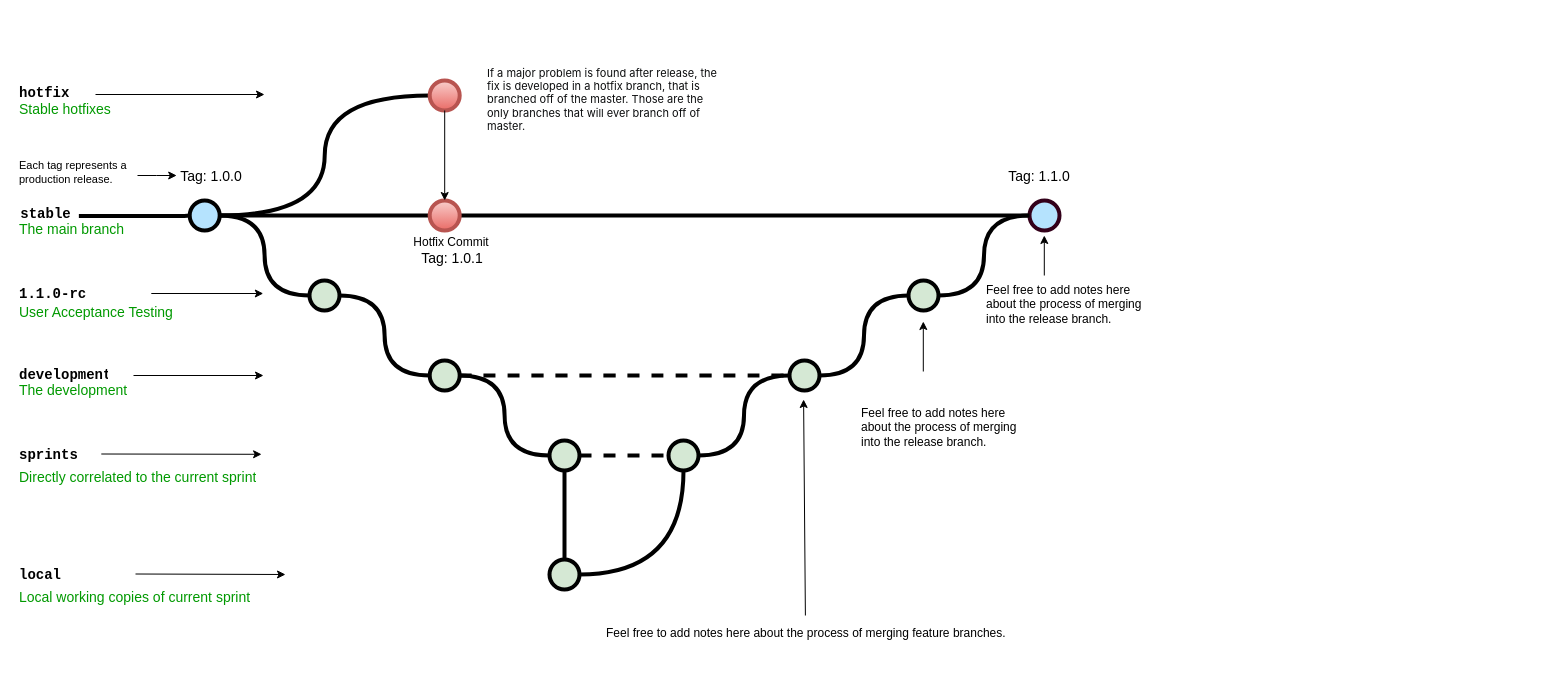
Above: Untitled Diagram.drawio in Flat-Tree/HW.Diagrams (draw.io), before the change. Source tidied: cells renumbered, new cells numbered last; positions are measured from the earlier drawing's top-left corner, leaving out a move shared by most shapes. Both pictures are drawn from the tidied source at 100%, with x=0, y=0 at pixel (17, 60).
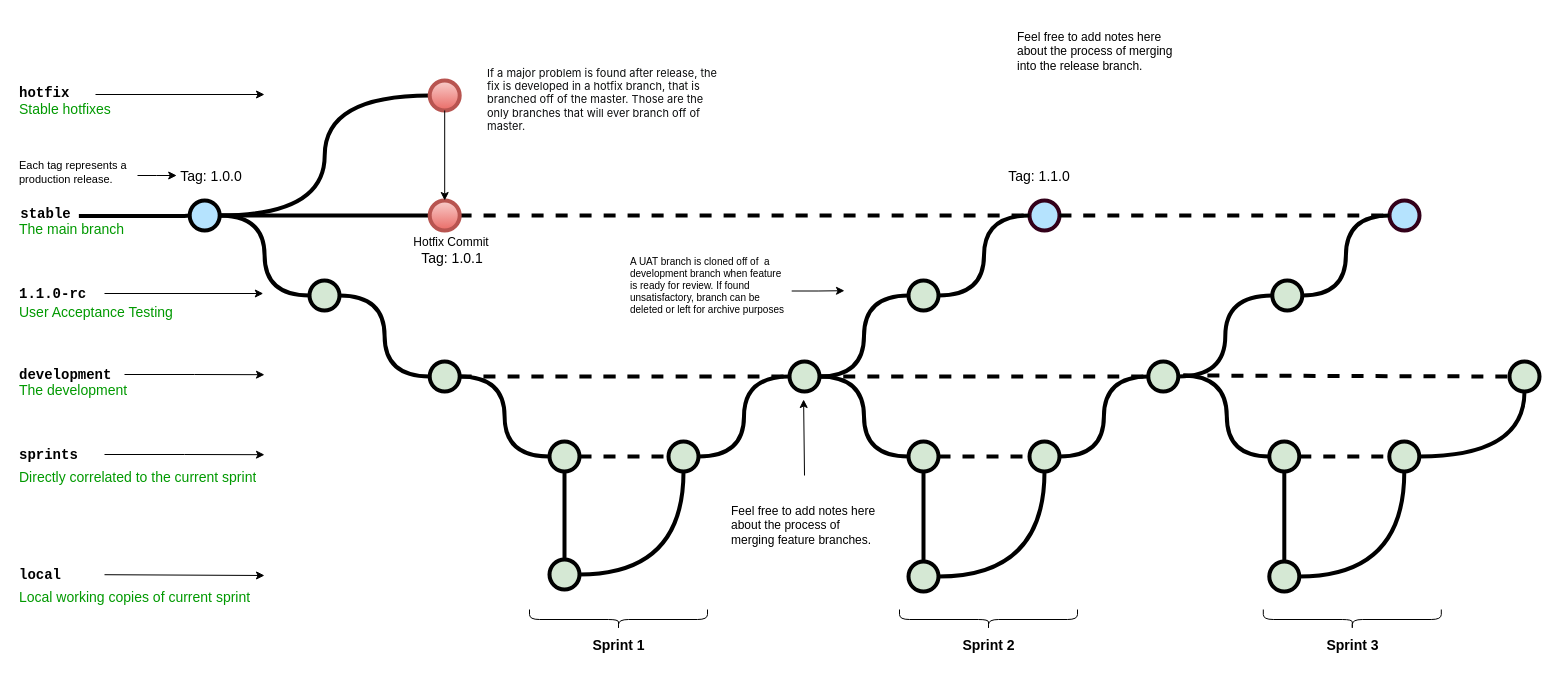
Above is the later version.

Unchanged cells that the change refers to:
```xml
<mxCell id="7" style="verticalLabelPosition=bottom;verticalAlign=top;html=1;strokeWidth=4;shape=mxgraph.flowchart.on-page_reference;plain-blue;gradientColor=none;strokeColor=#33001A;fillColor=#B5E3FE;" parent="1" vertex="1">
  <mxGeometry x="1012" y="140" width="30" height="30" as="geometry" />
</mxCell>
<mxCell id="43" style="verticalLabelPosition=bottom;verticalAlign=top;html=1;strokeWidth=4;shape=mxgraph.flowchart.on-page_reference;plain-blue;gradientColor=#EA6B66;strokeColor=#B85450;fillColor=#F8CECC;" parent="1" vertex="1">
  <mxGeometry x="412.2" y="140" width="30" height="30" as="geometry" />
</mxCell>
```

What changed in the source:
```diff
@@
-    <mxCell id="6" style="edgeStyle=orthogonalEdgeStyle;curved=1;rounded=0;jettySize=auto;html=1;endArrow=none;endFill=0;strokeWidth=4;entryX=0;entryY=0.5;entryDx=0;entryDy=0;entryPerimeter=0;exitX=1;exitY=0.5;exitDx=0;exitDy=0;exitPerimeter=0;" parent="1" edge="1" source="43" target="7">
+    <mxCell id="6" style="edgeStyle=orthogonalEdgeStyle;curved=1;rounded=0;jettySize=auto;html=1;endArrow=none;endFill=0;strokeWidth=4;entryX=0;entryY=0.5;entryDx=0;entryDy=0;entryPerimeter=0;exitX=1;exitY=0.5;exitDx=0;exitDy=0;exitPerimeter=0;dashed=1;" parent="1" edge="1" source="43" target="7">
       <mxGeometry relative="1" as="geometry" />
     </mxCell>
@@
     <mxCell id="11" value="1.1.0-rc" style="text;html=1;strokeColor=none;fillColor=none;align=left;verticalAlign=middle;whiteSpace=wrap;overflow=hidden;fontSize=14;fontStyle=1;fontFamily=Courier New;" parent="1" vertex="1">
-      <mxGeometry y="223" width="121.2" height="20" as="geometry" />
+      <mxGeometry y="223" width="87" height="20" as="geometry" />
     </mxCell>
@@
     <mxCell id="14" style="verticalLabelPosition=bottom;verticalAlign=top;html=1;strokeWidth=4;shape=mxgraph.flowchart.on-page_reference;plain-purple;gradientColor=none;strokeColor=#000000;fillColor=#D5E8D4;" parent="1" vertex="1">
-      <mxGeometry x="412.2" y="300" width="30" height="30" as="geometry" />
+      <mxGeometry x="412.2" y="301" width="30" height="30" as="geometry" />
     </mxCell>
@@
     <mxCell id="17" style="verticalLabelPosition=bottom;verticalAlign=top;html=1;strokeWidth=4;shape=mxgraph.flowchart.on-page_reference;plain-purple;gradientColor=none;strokeColor=#000000;fillColor=#D5E8D4;" parent="1" vertex="1">
-      <mxGeometry x="772" y="300" width="30" height="30" as="geometry" />
+      <mxGeometry x="772" y="301" width="30" height="30" as="geometry" />
     </mxCell>
+    <mxCell id="58" style="edgeStyle=orthogonalEdgeStyle;rounded=0;jettySize=auto;html=1;exitX=1;exitY=0.5;exitDx=0;exitDy=0;" parent="1" edge="1" source="18">
+      <mxGeometry relative="1" as="geometry">
+        <mxPoint x="247" y="314.2" as="targetPoint" />
+      </mxGeometry>
+    </mxCell>
     <mxCell id="18" value="development" style="text;html=1;strokeColor=none;fillColor=none;align=left;verticalAlign=middle;whiteSpace=wrap;overflow=hidden;fontSize=14;fontStyle=1;fontFamily=Courier New;" parent="1" vertex="1">
-      <mxGeometry y="304" width="91" height="20" as="geometry" />
+      <mxGeometry y="304" width="107" height="20" as="geometry" />
     </mxCell>
@@
     <mxCell id="20" style="verticalLabelPosition=bottom;verticalAlign=top;html=1;strokeWidth=4;shape=mxgraph.flowchart.on-page_reference;plain-purple;gradientColor=none;strokeColor=#000000;fillColor=#D5E8D4;" parent="1" vertex="1">
-      <mxGeometry x="532" y="380" width="30" height="30" as="geometry" />
+      <mxGeometry x="532" y="381" width="30" height="30" as="geometry" />
     </mxCell>
@@
     <mxCell id="22" style="verticalLabelPosition=bottom;verticalAlign=top;html=1;strokeWidth=4;shape=mxgraph.flowchart.on-page_reference;plain-purple;gradientColor=none;strokeColor=#000000;fillColor=#D5E8D4;" parent="1" vertex="1">
-      <mxGeometry x="651" y="380" width="30" height="30" as="geometry" />
+      <mxGeometry x="651" y="381" width="30" height="30" as="geometry" />
     </mxCell>
+    <mxCell id="59" style="edgeStyle=orthogonalEdgeStyle;rounded=0;jettySize=auto;html=1;exitX=1;exitY=0.5;exitDx=0;exitDy=0;" parent="1" edge="1" source="23">
+      <mxGeometry relative="1" as="geometry">
+        <mxPoint x="247" y="394.2" as="targetPoint" />
+      </mxGeometry>
+    </mxCell>
     <mxCell id="23" value="sprints" style="text;html=1;strokeColor=none;fillColor=none;align=left;verticalAlign=middle;whiteSpace=wrap;overflow=hidden;fontSize=14;fontStyle=1;fontFamily=Courier New;" parent="1" vertex="1">
-      <mxGeometry y="384" width="240" height="20" as="geometry" />
+      <mxGeometry y="384" width="87" height="20" as="geometry" />
     </mxCell>
@@
-    <mxCell id="28" style="endArrow=classic;html=1;strokeWidth=1;fontFamily=Courier New;fontColor=#009900;entryX=1.017;entryY=0.49;entryDx=0;entryDy=0;entryPerimeter=0;" parent="1" edge="1" target="23">
-      <mxGeometry relative="1" as="geometry">
-        <mxPoint x="83.8" y="393.5" as="sourcePoint" />
-      </mxGeometry>
-    </mxCell>
-    <mxCell id="29" style="endArrow=classic;html=1;strokeWidth=1;fontFamily=Courier New;fontColor=#009900;" parent="1" edge="1">
-      <mxGeometry relative="1" as="geometry">
-        <mxPoint x="116" y="315" as="sourcePoint" />
-        <mxPoint x="246" y="315" as="targetPoint" />
-      </mxGeometry>
-    </mxCell>
-    <mxCell id="30" style="endArrow=classic;html=1;strokeWidth=1;fontFamily=Courier New;fontColor=#009900;entryX=1;entryY=0.5;entryDx=0;entryDy=0;" parent="1" edge="1">
+    <mxCell id="30" style="endArrow=classic;html=1;strokeWidth=1;fontFamily=Courier New;fontColor=#009900;entryX=1;entryY=0.5;entryDx=0;entryDy=0;exitX=1;exitY=0.5;exitDx=0;exitDy=0;" parent="1" edge="1" source="11">
       <mxGeometry relative="1" as="geometry">
-        <mxPoint x="133.8" y="233" as="sourcePoint" />
         <mxPoint x="245.8" y="233" as="targetPoint" />
       </mxGeometry>
     </mxCell>
@@
-    <mxCell id="35" style="endArrow=classic;html=1;strokeWidth=1;fontFamily=Courier New;fontColor=#009900;exitX=0.5;exitY=0;exitDx=0;exitDy=0;" parent="1" edge="1">
+    <mxCell id="35" style="endArrow=classic;html=1;strokeWidth=1;fontFamily=Courier New;fontColor=#009900;exitX=0.5;exitY=0;exitDx=0;exitDy=0;" parent="1" edge="1" source="38">
       <mxGeometry relative="1" as="geometry">
-        <mxPoint x="787.9" y="555" as="sourcePoint" />
         <mxPoint x="786.1" y="339" as="targetPoint" />
       </mxGeometry>
     </mxCell>
-    <mxCell id="36" style="endArrow=classic;html=1;strokeWidth=1;fontFamily=Courier New;fontColor=#009900;" parent="1" edge="1">
-      <mxGeometry relative="1" as="geometry">
-        <mxPoint x="905.8" y="311" as="sourcePoint" />
-        <mxPoint x="905.8" y="261" as="targetPoint" />
-      </mxGeometry>
-    </mxCell>
+    <mxCell id="60" style="edgeStyle=orthogonalEdgeStyle;rounded=0;jettySize=auto;html=1;exitX=1;exitY=0.5;exitDx=0;exitDy=0;" parent="1" edge="1" source="37">
+      <mxGeometry relative="1" as="geometry">
+        <mxPoint x="827" y="230.2" as="targetPoint" />
+      </mxGeometry>
+    </mxCell>
-    <mxCell id="37" value="&lt;span style=&quot;text-align: center&quot;&gt;Feel free to add notes here about the process of merging into the release branch.&lt;br&gt;&lt;/span&gt;" style="text;html=1;strokeColor=none;fillColor=none;align=left;verticalAlign=middle;whiteSpace=wrap;overflow=hidden;fontSize=12;fontStyle=0;fontColor=#000000;" parent="1" vertex="1">
-      <mxGeometry x="842" y="334" width="163.2" height="66" as="geometry" />
+    <mxCell id="37" value="&lt;span style=&quot;font-size: 10px;&quot;&gt;A UAT branch is cloned off of&amp;nbsp; a development&amp;nbsp;branch when feature is ready for review. If found unsatisfactory, branch can be deleted or left for archive purposes&lt;br style=&quot;font-size: 10px;&quot;&gt;&lt;/span&gt;" style="text;html=1;strokeColor=none;fillColor=none;align=left;verticalAlign=top;whiteSpace=wrap;overflow=hidden;fontSize=10;fontStyle=0;fontColor=#000000;" parent="1" vertex="1">
+      <mxGeometry x="611" y="189" width="163.2" height="83" as="geometry" />
     </mxCell>
-    <mxCell id="38" value="&lt;div style=&quot;&quot;&gt;&lt;span&gt;Feel free to add notes here about the process of merging feature branches.&lt;/span&gt;&lt;/div&gt;" style="text;html=1;strokeColor=none;fillColor=none;align=left;verticalAlign=middle;whiteSpace=wrap;overflow=hidden;fontSize=12;fontStyle=0;fontColor=#000000;" parent="1" vertex="1">
-      <mxGeometry x="587" y="555" width="418.2" height="36" as="geometry" />
-    </mxCell>
@@
-    <mxCell id="41" style="endArrow=classic;html=1;strokeWidth=1;fontFamily=Courier New;fontColor=#009900;" parent="1" edge="1">
-      <mxGeometry relative="1" as="geometry">
-        <mxPoint x="1026.8" y="215" as="sourcePoint" />
-        <mxPoint x="1026.8" y="175" as="targetPoint" />
-      </mxGeometry>
-    </mxCell>
     <mxCell id="42" value="&lt;span style=&quot;text-align: center&quot;&gt;Feel free to add notes here about the process of merging into the release branch.&lt;br&gt;&lt;br&gt;&lt;/span&gt;" style="text;html=1;strokeColor=none;fillColor=none;align=left;verticalAlign=middle;whiteSpace=wrap;overflow=hidden;fontSize=12;fontStyle=0;fontColor=#000000;" parent="1" vertex="1">
-      <mxGeometry x="967" y="210.5" width="167.8" height="81" as="geometry" />
+      <mxGeometry x="998" y="-43" width="167.8" height="81" as="geometry" />
     </mxCell>
@@
     <mxCell id="54" value="local" style="text;html=1;strokeColor=none;fillColor=none;align=left;verticalAlign=middle;whiteSpace=wrap;overflow=hidden;fontSize=14;fontStyle=1;fontFamily=Courier New;" parent="1" vertex="1">
-      <mxGeometry y="504" width="240" height="20" as="geometry" />
+      <mxGeometry y="504" width="87" height="20" as="geometry" />
     </mxCell>
@@
-    <mxCell id="56" style="endArrow=classic;html=1;strokeWidth=1;fontFamily=Courier New;fontColor=#009900;" parent="1" edge="1">
+    <mxCell id="56" style="endArrow=classic;html=1;strokeWidth=1;fontFamily=Courier New;fontColor=#009900;" parent="1" edge="1" source="54">
       <mxGeometry relative="1" as="geometry">
-        <mxPoint x="118" y="513.5" as="sourcePoint" />
-        <mxPoint x="268" y="514" as="targetPoint" />
+        <mxPoint x="247" y="515" as="targetPoint" />
       </mxGeometry>
     </mxCell>
@@
+    <mxCell id="61" style="verticalLabelPosition=bottom;verticalAlign=top;html=1;strokeWidth=4;shape=mxgraph.flowchart.on-page_reference;plain-purple;gradientColor=none;strokeColor=#000000;fillColor=#D5E8D4;direction=south;" parent="1" vertex="1">
+      <mxGeometry x="891" y="381" width="30" height="30" as="geometry" />
+    </mxCell>
+    <mxCell id="62" style="edgeStyle=orthogonalEdgeStyle;curved=1;rounded=0;jettySize=auto;html=1;endArrow=none;endFill=0;strokeWidth=4;fontFamily=Courier New;fontColor=#009900;entryX=0.5;entryY=1;entryDx=0;entryDy=0;entryPerimeter=0;exitX=1;exitY=0.5;exitDx=0;exitDy=0;exitPerimeter=0;" parent="1" edge="1" source="17" target="61">
+      <mxGeometry relative="1" as="geometry" />
+    </mxCell>
+    <mxCell id="63" style="edgeStyle=orthogonalEdgeStyle;rounded=0;jettySize=auto;html=1;endArrow=none;endFill=0;strokeWidth=4;entryX=0.5;entryY=0;entryDx=0;entryDy=0;entryPerimeter=0;exitX=1;exitY=0.5;exitDx=0;exitDy=0;exitPerimeter=0;" parent="1" edge="1" source="61" target="64">
+      <mxGeometry relative="1" as="geometry" />
+    </mxCell>
+    <mxCell id="64" style="verticalLabelPosition=bottom;verticalAlign=top;html=1;strokeWidth=4;shape=mxgraph.flowchart.on-page_reference;plain-purple;gradientColor=none;strokeColor=#000000;fillColor=#D5E8D4;" parent="1" vertex="1">
+      <mxGeometry x="891" y="501" width="30" height="30" as="geometry" />
+    </mxCell>
+    <mxCell id="65" style="verticalLabelPosition=bottom;verticalAlign=top;html=1;strokeWidth=4;shape=mxgraph.flowchart.on-page_reference;plain-purple;gradientColor=none;strokeColor=#000000;fillColor=#D5E8D4;direction=south;" parent="1" vertex="1">
+      <mxGeometry x="1012" y="381" width="30" height="30" as="geometry" />
+    </mxCell>
+    <mxCell id="66" style="edgeStyle=orthogonalEdgeStyle;curved=1;rounded=0;jettySize=auto;html=1;exitX=1;exitY=0.5;exitDx=0;exitDy=0;exitPerimeter=0;entryX=1;entryY=0.5;entryDx=0;entryDy=0;entryPerimeter=0;endArrow=none;endFill=0;strokeWidth=4;fontFamily=Courier New;fontColor=#009900;" parent="1" edge="1" source="64" target="65">
+      <mxGeometry relative="1" as="geometry" />
+    </mxCell>
+    <mxCell id="67" style="edgeStyle=orthogonalEdgeStyle;rounded=0;jettySize=auto;html=1;endArrow=none;endFill=0;strokeWidth=4;dashed=1;exitX=0.5;exitY=0;exitDx=0;exitDy=0;exitPerimeter=0;entryX=0.5;entryY=1;entryDx=0;entryDy=0;entryPerimeter=0;" parent="1" edge="1" source="61" target="65">
+      <mxGeometry relative="1" as="geometry" />
+    </mxCell>
+    <mxCell id="68" style="shape=curlyBracket;whiteSpace=wrap;html=1;rounded=1;flipH=1;labelPosition=center;verticalLabelPosition=middle;align=center;verticalAlign=middle;rotation=90;textDirection=ltr;horizontal=0;size=0.5;" parent="1" vertex="1">
+      <mxGeometry x="591" y="470" width="20" height="178" as="geometry" />
+    </mxCell>
+    <mxCell id="38" value="&lt;div style=&quot;&quot;&gt;&lt;span&gt;Feel free to add notes here about the&amp;nbsp;&lt;/span&gt;&lt;span style=&quot;background-color: initial;&quot;&gt;process of merging feature branches.&lt;/span&gt;&lt;/div&gt;" style="text;html=1;strokeColor=none;fillColor=none;align=left;verticalAlign=middle;whiteSpace=wrap;overflow=hidden;fontSize=12;fontStyle=0;fontColor=#000000;" parent="1" vertex="1">
+      <mxGeometry x="712" y="415" width="150" height="100" as="geometry" />
+    </mxCell>
+    <mxCell id="69" value="Sprint 1" style="text;strokeColor=none;fillColor=none;html=1;fontSize=14;fontStyle=1;verticalAlign=middle;align=center;" parent="1" vertex="1">
+      <mxGeometry x="551" y="565" width="100" height="40" as="geometry" />
+    </mxCell>
+    <mxCell id="70" style="shape=curlyBracket;whiteSpace=wrap;html=1;rounded=1;flipH=1;labelPosition=center;verticalLabelPosition=middle;align=center;verticalAlign=middle;rotation=90;textDirection=ltr;horizontal=0;size=0.5;" parent="1" vertex="1">
+      <mxGeometry x="961" y="470" width="20" height="178" as="geometry" />
+    </mxCell>
+    <mxCell id="71" value="Sprint 2" style="text;strokeColor=none;fillColor=none;html=1;fontSize=14;fontStyle=1;verticalAlign=middle;align=center;" parent="1" vertex="1">
+      <mxGeometry x="921" y="565" width="100" height="40" as="geometry" />
+    </mxCell>
+    <mxCell id="72" style="verticalLabelPosition=bottom;verticalAlign=top;html=1;strokeWidth=4;shape=mxgraph.flowchart.on-page_reference;plain-purple;gradientColor=none;strokeColor=#000000;fillColor=#D5E8D4;" parent="1" vertex="1">
+      <mxGeometry x="1130.8" y="301" width="30" height="30" as="geometry" />
+    </mxCell>
+    <mxCell id="73" style="edgeStyle=orthogonalEdgeStyle;curved=1;rounded=0;jettySize=auto;html=1;exitX=0.5;exitY=0;exitDx=0;exitDy=0;exitPerimeter=0;entryX=0;entryY=0.5;entryDx=0;entryDy=0;entryPerimeter=0;endArrow=none;endFill=0;strokeWidth=4;fontFamily=Courier New;fontColor=#009900;" parent="1" edge="1" source="65" target="72">
+      <mxGeometry relative="1" as="geometry" />
+    </mxCell>
+    <mxCell id="74" style="edgeStyle=orthogonalEdgeStyle;curved=1;rounded=0;jettySize=auto;html=1;endArrow=none;endFill=0;strokeWidth=4;fontFamily=Courier New;fontColor=#009900;exitX=1;exitY=0.5;exitDx=0;exitDy=0;exitPerimeter=0;dashed=1;entryX=0;entryY=0.5;entryDx=0;entryDy=0;entryPerimeter=0;" parent="1" edge="1" source="17" target="72">
+      <mxGeometry relative="1" as="geometry" />
+    </mxCell>
+    <mxCell id="75" style="verticalLabelPosition=bottom;verticalAlign=top;html=1;strokeWidth=4;shape=mxgraph.flowchart.on-page_reference;plain-purple;gradientColor=none;strokeColor=#000000;fillColor=#D5E8D4;direction=south;" parent="1" vertex="1">
+      <mxGeometry x="1251.8" y="381" width="30" height="30" as="geometry" />
+    </mxCell>
+    <mxCell id="76" style="edgeStyle=orthogonalEdgeStyle;rounded=0;jettySize=auto;html=1;endArrow=none;endFill=0;strokeWidth=4;entryX=0.5;entryY=0;entryDx=0;entryDy=0;entryPerimeter=0;exitX=1;exitY=0.5;exitDx=0;exitDy=0;exitPerimeter=0;" parent="1" edge="1" source="75" target="77">
+      <mxGeometry relative="1" as="geometry" />
+    </mxCell>
+    <mxCell id="77" style="verticalLabelPosition=bottom;verticalAlign=top;html=1;strokeWidth=4;shape=mxgraph.flowchart.on-page_reference;plain-purple;gradientColor=none;strokeColor=#000000;fillColor=#D5E8D4;" parent="1" vertex="1">
+      <mxGeometry x="1251.8" y="501" width="30" height="30" as="geometry" />
+    </mxCell>
+    <mxCell id="78" style="verticalLabelPosition=bottom;verticalAlign=top;html=1;strokeWidth=4;shape=mxgraph.flowchart.on-page_reference;plain-purple;gradientColor=none;strokeColor=#000000;fillColor=#D5E8D4;direction=south;" parent="1" vertex="1">
+      <mxGeometry x="1371.8" y="381" width="30" height="30" as="geometry" />
+    </mxCell>
+    <mxCell id="79" style="edgeStyle=orthogonalEdgeStyle;curved=1;rounded=0;jettySize=auto;html=1;exitX=1;exitY=0.5;exitDx=0;exitDy=0;exitPerimeter=0;entryX=1;entryY=0.5;entryDx=0;entryDy=0;entryPerimeter=0;endArrow=none;endFill=0;strokeWidth=4;fontFamily=Courier New;fontColor=#009900;" parent="1" edge="1" source="77" target="78">
+      <mxGeometry relative="1" as="geometry" />
+    </mxCell>
+    <mxCell id="80" style="edgeStyle=orthogonalEdgeStyle;rounded=0;jettySize=auto;html=1;endArrow=none;endFill=0;strokeWidth=4;dashed=1;exitX=0.5;exitY=0;exitDx=0;exitDy=0;exitPerimeter=0;entryX=0.5;entryY=1;entryDx=0;entryDy=0;entryPerimeter=0;" parent="1" edge="1" source="75" target="78">
+      <mxGeometry relative="1" as="geometry" />
+    </mxCell>
+    <mxCell id="81" style="shape=curlyBracket;whiteSpace=wrap;html=1;rounded=1;flipH=1;labelPosition=center;verticalLabelPosition=middle;align=center;verticalAlign=middle;rotation=90;textDirection=ltr;horizontal=0;size=0.5;" parent="1" vertex="1">
+      <mxGeometry x="1324.8" y="470" width="20" height="178" as="geometry" />
+    </mxCell>
+    <mxCell id="82" value="Sprint 3" style="text;strokeColor=none;fillColor=none;html=1;fontSize=14;fontStyle=1;verticalAlign=middle;align=center;" parent="1" vertex="1">
+      <mxGeometry x="1284.8" y="565" width="100" height="40" as="geometry" />
+    </mxCell>
+    <mxCell id="83" style="edgeStyle=orthogonalEdgeStyle;curved=1;rounded=0;jettySize=auto;html=1;exitX=0.5;exitY=0;exitDx=0;exitDy=0;exitPerimeter=0;entryX=0.5;entryY=1;entryDx=0;entryDy=0;entryPerimeter=0;endArrow=none;endFill=0;strokeWidth=4;fontFamily=Courier New;fontColor=#009900;" parent="1" edge="1" source="78" target="91">
+      <mxGeometry relative="1" as="geometry" />
+    </mxCell>
+    <mxCell id="84" style="edgeStyle=orthogonalEdgeStyle;curved=1;rounded=0;jettySize=auto;html=1;endArrow=none;endFill=0;strokeWidth=4;fontFamily=Courier New;fontColor=#009900;entryX=0.5;entryY=1;entryDx=0;entryDy=0;entryPerimeter=0;exitX=1;exitY=0.5;exitDx=0;exitDy=0;exitPerimeter=0;" parent="1" edge="1" target="75">
+      <mxGeometry relative="1" as="geometry">
+        <mxPoint x="1165.8" y="315" as="sourcePoint" />
+      </mxGeometry>
+    </mxCell>
+    <mxCell id="85" style="edgeStyle=orthogonalEdgeStyle;curved=1;rounded=0;jettySize=auto;html=1;endArrow=none;endFill=0;strokeWidth=4;fontFamily=Courier New;fontColor=#009900;exitX=1;exitY=0.5;exitDx=0;exitDy=0;exitPerimeter=0;dashed=1;entryX=0;entryY=0.5;entryDx=0;entryDy=0;entryPerimeter=0;" parent="1" edge="1" target="91">
+      <mxGeometry relative="1" as="geometry">
+        <mxPoint x="1165.8" y="315" as="sourcePoint" />
+      </mxGeometry>
+    </mxCell>
+    <mxCell id="86" style="verticalLabelPosition=bottom;verticalAlign=top;html=1;strokeWidth=4;shape=mxgraph.flowchart.on-page_reference;plain-purple;gradientColor=none;strokeColor=#000000;fillColor=#D5E8D4;" parent="1" vertex="1">
+      <mxGeometry x="1254.8" y="220" width="30" height="30" as="geometry" />
+    </mxCell>
+    <mxCell id="87" style="edgeStyle=orthogonalEdgeStyle;curved=1;rounded=0;jettySize=auto;html=1;entryX=0;entryY=0.5;entryDx=0;entryDy=0;entryPerimeter=0;endArrow=none;endFill=0;strokeWidth=4;fontFamily=Courier New;fontColor=#009900;exitX=1;exitY=0.5;exitDx=0;exitDy=0;exitPerimeter=0;" parent="1" edge="1" source="72" target="86">
+      <mxGeometry relative="1" as="geometry" />
+    </mxCell>
+    <mxCell id="88" style="verticalLabelPosition=bottom;verticalAlign=top;html=1;strokeWidth=4;shape=mxgraph.flowchart.on-page_reference;plain-blue;gradientColor=none;strokeColor=#33001A;fillColor=#B5E3FE;" parent="1" vertex="1">
+      <mxGeometry x="1372" y="140" width="30" height="30" as="geometry" />
+    </mxCell>
+    <mxCell id="89" style="edgeStyle=orthogonalEdgeStyle;curved=1;rounded=0;jettySize=auto;html=1;entryX=0;entryY=0.5;entryDx=0;entryDy=0;entryPerimeter=0;endArrow=none;endFill=0;strokeWidth=4;fontFamily=Courier New;fontColor=#009900;exitX=1;exitY=0.5;exitDx=0;exitDy=0;exitPerimeter=0;" parent="1" edge="1" source="86" target="88">
+      <mxGeometry relative="1" as="geometry" />
+    </mxCell>
+    <mxCell id="90" style="edgeStyle=orthogonalEdgeStyle;curved=1;rounded=0;jettySize=auto;html=1;endArrow=none;endFill=0;strokeWidth=4;entryX=0;entryY=0.5;entryDx=0;entryDy=0;entryPerimeter=0;exitX=1;exitY=0.5;exitDx=0;exitDy=0;exitPerimeter=0;dashed=1;" parent="1" edge="1" source="7" target="88">
+      <mxGeometry relative="1" as="geometry" />
+    </mxCell>
+    <mxCell id="91" style="verticalLabelPosition=bottom;verticalAlign=top;html=1;strokeWidth=4;shape=mxgraph.flowchart.on-page_reference;plain-purple;gradientColor=none;strokeColor=#000000;fillColor=#D5E8D4;" parent="1" vertex="1">
+      <mxGeometry x="1492" y="301" width="30" height="30" as="geometry" />
+    </mxCell>
```
